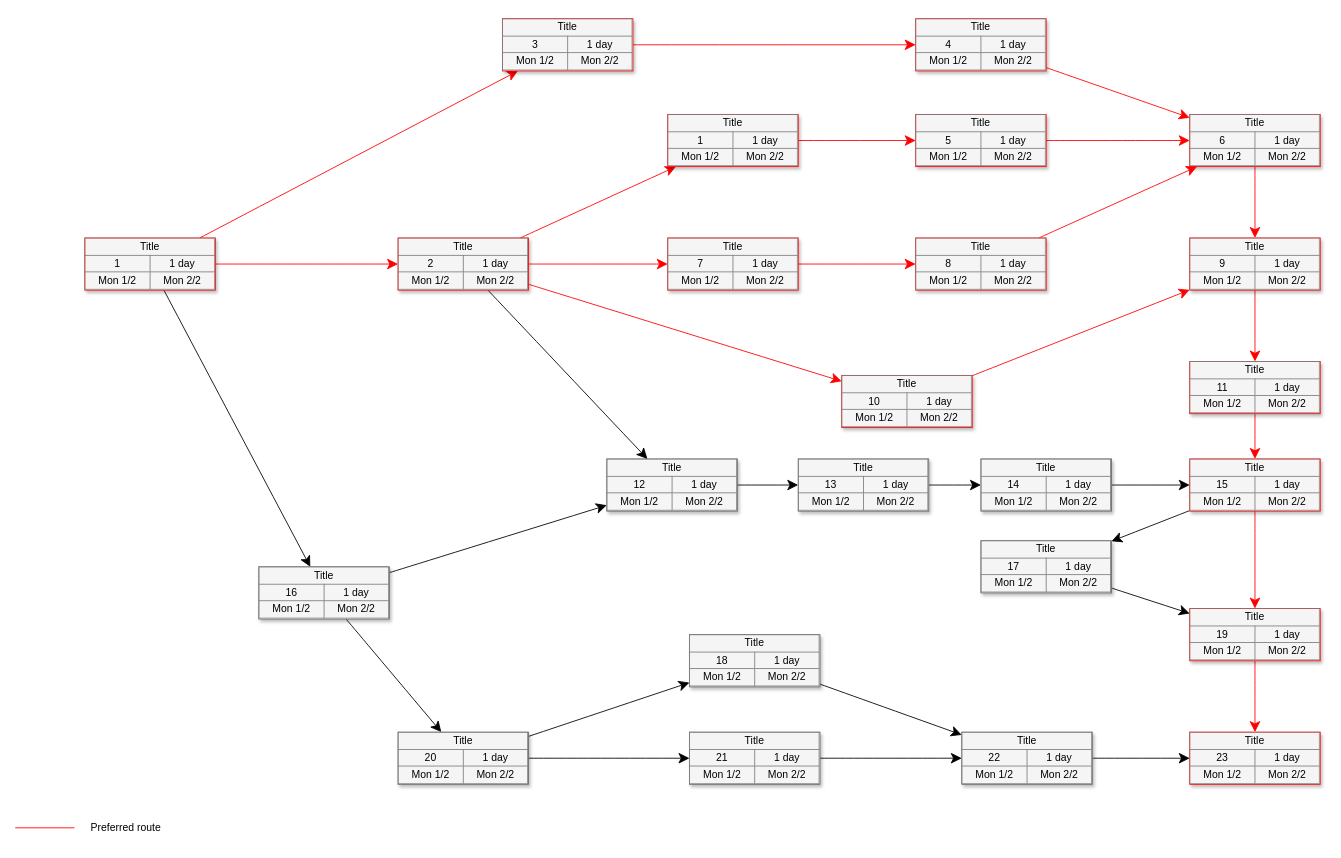
This is PERTCHART-NEUROGRADE.drawio from mosesmatsheha/e-commerce, a draw.io file, before an edit. Source tidied: cells renumbered, new cells numbered last; positions are measured from the earlier drawing's top-left corner, leaving out a move shared by most shapes. Both pictures are drawn from the tidied source at 87%, with x=0, y=0 at pixel (15, 18).
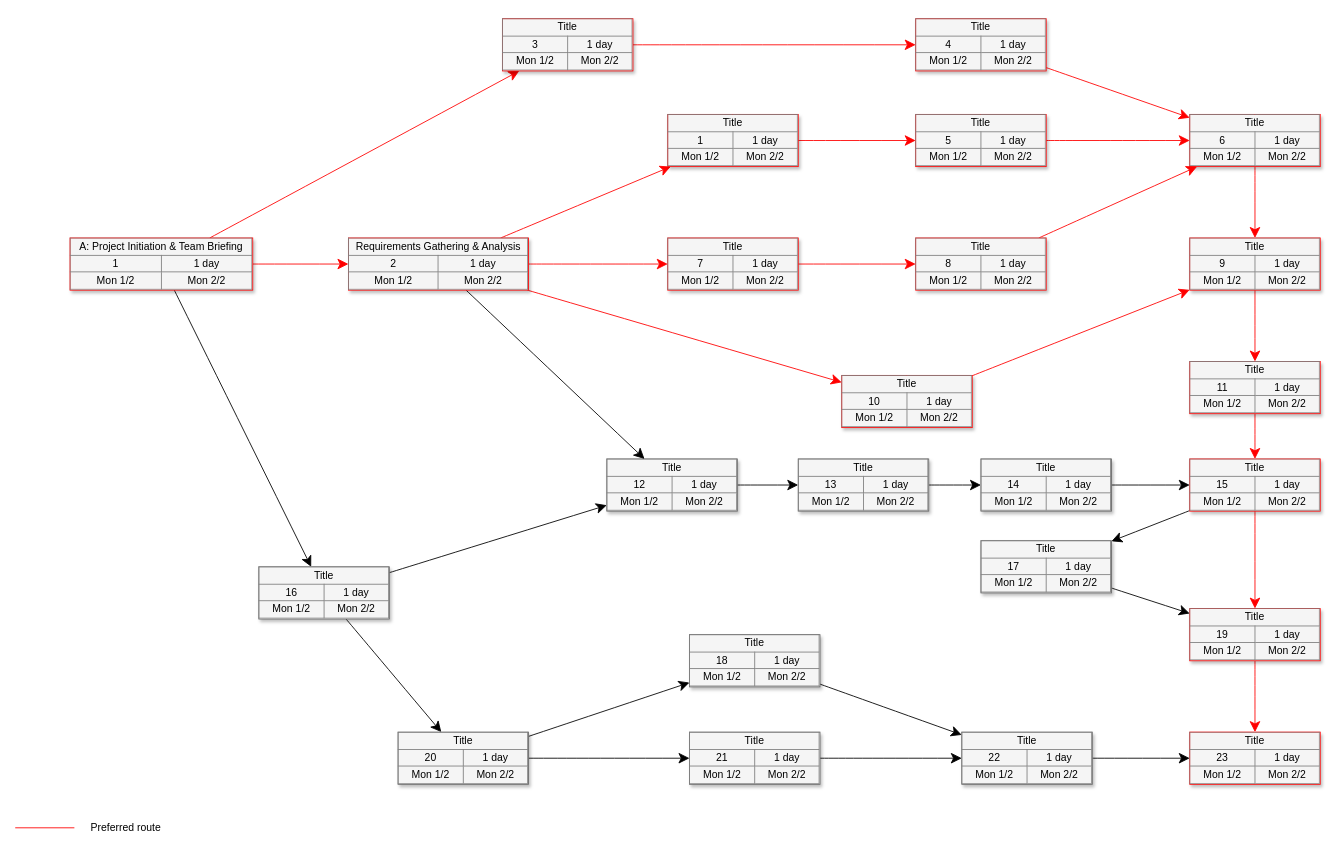
After the change.

Change to the diagram source:
```diff
@@
-    <mxCell id="5" value="&lt;table border=&quot;1&quot; width=&quot;100%&quot; style=&quot;width: 100% ; height: 100% ; border-collapse: collapse&quot;&gt;&lt;tbody&gt;&lt;tr&gt;&lt;td colspan=&quot;2&quot; align=&quot;center&quot;&gt;&lt;font style=&quot;font-size: 12px;&quot;&gt;Title&lt;/font&gt;&lt;/td&gt;&lt;/tr&gt;&lt;tr&gt;&lt;td align=&quot;center&quot;&gt;&lt;font style=&quot;font-size: 12px;&quot;&gt;1&lt;/font&gt;&lt;/td&gt;&lt;td align=&quot;center&quot;&gt;&lt;font style=&quot;font-size: 12px;&quot;&gt;1 day&lt;/font&gt;&lt;/td&gt;&lt;/tr&gt;&lt;tr&gt;&lt;td align=&quot;center&quot;&gt;&lt;font style=&quot;font-size: 12px;&quot;&gt;Mon 1/2&lt;/font&gt;&lt;/td&gt;&lt;td align=&quot;center&quot;&gt;&lt;font style=&quot;font-size: 12px;&quot;&gt;Mon 2/2&lt;/font&gt;&lt;/td&gt;&lt;/tr&gt;&lt;/tbody&gt;&lt;/table&gt;" style="text;html=1;strokeColor=#FF0000;fillColor=#f5f5f5;overflow=fill;rounded=0;shadow=1;fontSize=12;align=center;" parent="1" vertex="1">
-      <mxGeometry x="80" y="252" width="150" height="60" as="geometry" />
+    <mxCell id="5" value="&lt;table border=&quot;1&quot; width=&quot;100%&quot; style=&quot;width: 100% ; height: 100% ; border-collapse: collapse&quot;&gt;&lt;tbody&gt;&lt;tr&gt;&lt;td colspan=&quot;2&quot; align=&quot;center&quot;&gt;A: Project Initiation &amp;amp; Team Briefing&lt;/td&gt;&lt;/tr&gt;&lt;tr&gt;&lt;td align=&quot;center&quot;&gt;&lt;font style=&quot;font-size: 12px;&quot;&gt;1&lt;/font&gt;&lt;/td&gt;&lt;td align=&quot;center&quot;&gt;&lt;font style=&quot;font-size: 12px;&quot;&gt;1 day&lt;/font&gt;&lt;/td&gt;&lt;/tr&gt;&lt;tr&gt;&lt;td align=&quot;center&quot;&gt;&lt;font style=&quot;font-size: 12px;&quot;&gt;Mon 1/2&lt;/font&gt;&lt;/td&gt;&lt;td align=&quot;center&quot;&gt;&lt;font style=&quot;font-size: 12px;&quot;&gt;Mon 2/2&lt;/font&gt;&lt;/td&gt;&lt;/tr&gt;&lt;/tbody&gt;&lt;/table&gt;" style="text;html=1;strokeColor=#FF0000;fillColor=#f5f5f5;overflow=fill;rounded=0;shadow=1;fontSize=12;align=center;" parent="1" vertex="1">
+      <mxGeometry x="63" y="252" width="210" height="60" as="geometry" />
     </mxCell>
@@
-    <mxCell id="27" value="&lt;table border=&quot;1&quot; width=&quot;100%&quot; style=&quot;width: 100% ; height: 100% ; border-collapse: collapse&quot;&gt;&lt;tbody&gt;&lt;tr&gt;&lt;td colspan=&quot;2&quot; align=&quot;center&quot;&gt;&lt;font style=&quot;font-size: 12px&quot;&gt;Title&lt;/font&gt;&lt;/td&gt;&lt;/tr&gt;&lt;tr&gt;&lt;td align=&quot;center&quot;&gt;2&lt;/td&gt;&lt;td align=&quot;center&quot;&gt;&lt;font style=&quot;font-size: 12px&quot;&gt;1 day&lt;/font&gt;&lt;/td&gt;&lt;/tr&gt;&lt;tr&gt;&lt;td align=&quot;center&quot;&gt;&lt;font style=&quot;font-size: 12px&quot;&gt;Mon 1/2&lt;/font&gt;&lt;/td&gt;&lt;td align=&quot;center&quot;&gt;&lt;font style=&quot;font-size: 12px&quot;&gt;Mon 2/2&lt;/font&gt;&lt;/td&gt;&lt;/tr&gt;&lt;/tbody&gt;&lt;/table&gt;" style="text;html=1;strokeColor=#FF0000;fillColor=#f5f5f5;overflow=fill;rounded=0;shadow=1;fontSize=12;align=center;" parent="1" vertex="1">
-      <mxGeometry x="440" y="252" width="150" height="60" as="geometry" />
+    <mxCell id="27" value="&lt;table border=&quot;1&quot; width=&quot;100%&quot; style=&quot;width: 100% ; height: 100% ; border-collapse: collapse&quot;&gt;&lt;tbody&gt;&lt;tr&gt;&lt;td colspan=&quot;2&quot; align=&quot;center&quot;&gt;&lt;font style=&quot;font-size: 12px&quot;&gt;Requirements Gathering &amp;amp; Analysis&lt;/font&gt;&lt;/td&gt;&lt;/tr&gt;&lt;tr&gt;&lt;td align=&quot;center&quot;&gt;2&lt;/td&gt;&lt;td align=&quot;center&quot;&gt;&lt;font style=&quot;font-size: 12px&quot;&gt;1 day&lt;/font&gt;&lt;/td&gt;&lt;/tr&gt;&lt;tr&gt;&lt;td align=&quot;center&quot;&gt;&lt;font style=&quot;font-size: 12px&quot;&gt;Mon 1/2&lt;/font&gt;&lt;/td&gt;&lt;td align=&quot;center&quot;&gt;&lt;font style=&quot;font-size: 12px&quot;&gt;Mon 2/2&lt;/font&gt;&lt;/td&gt;&lt;/tr&gt;&lt;/tbody&gt;&lt;/table&gt;" style="text;html=1;strokeColor=#FF0000;fillColor=#f5f5f5;overflow=fill;rounded=0;shadow=1;fontSize=12;align=center;" parent="1" vertex="1">
+      <mxGeometry x="383" y="252" width="207" height="60" as="geometry" />
     </mxCell>
```
